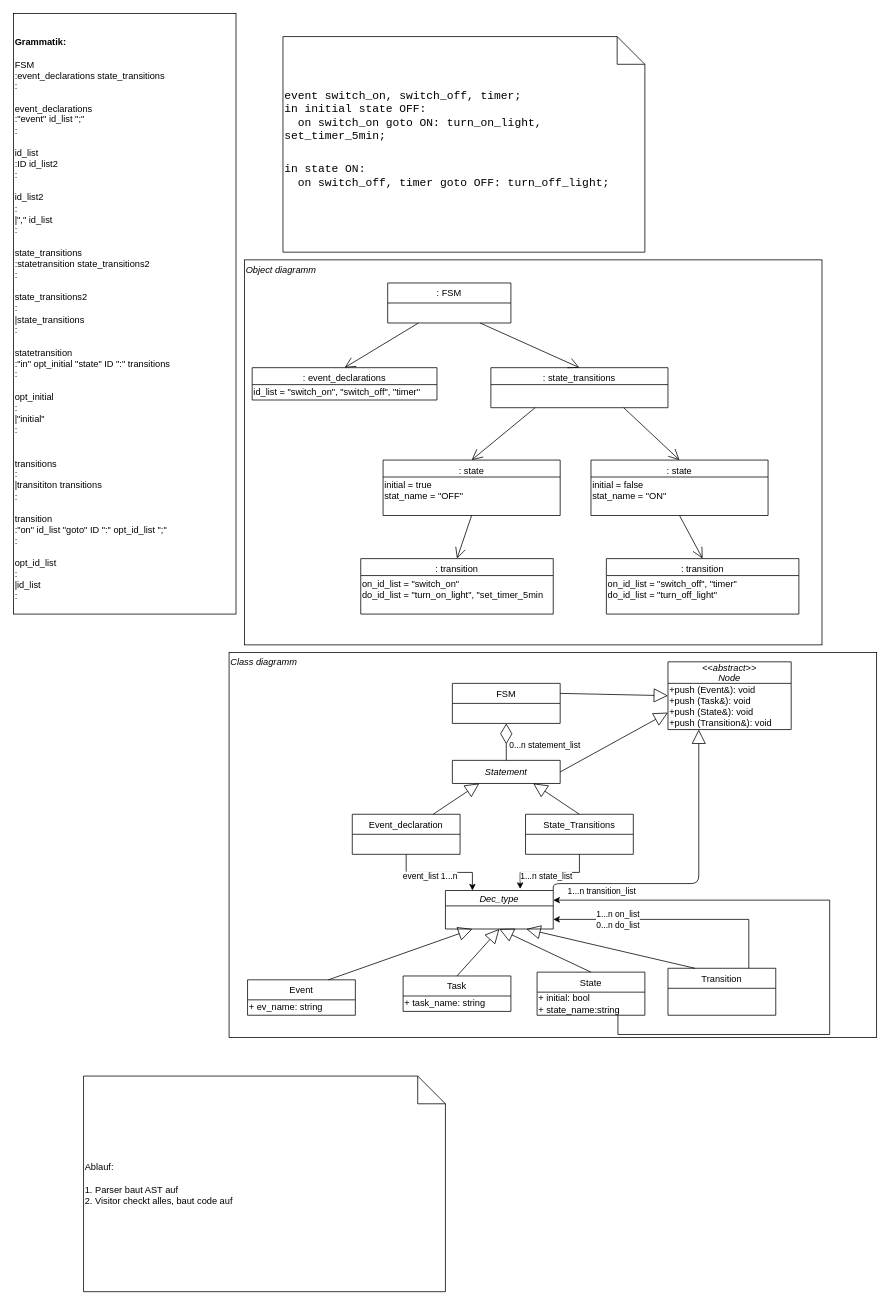
The draw.io diagram ParserAndInterpreter.drawio in LucRome/Automaten, before the edit. Source tidied: cells renumbered, new cells numbered last; positions are measured from the earlier drawing's top-left corner, leaving out a move shared by most shapes. Both pictures are drawn from the tidied source at 77%, with x=0, y=0 at pixel (13, 13).
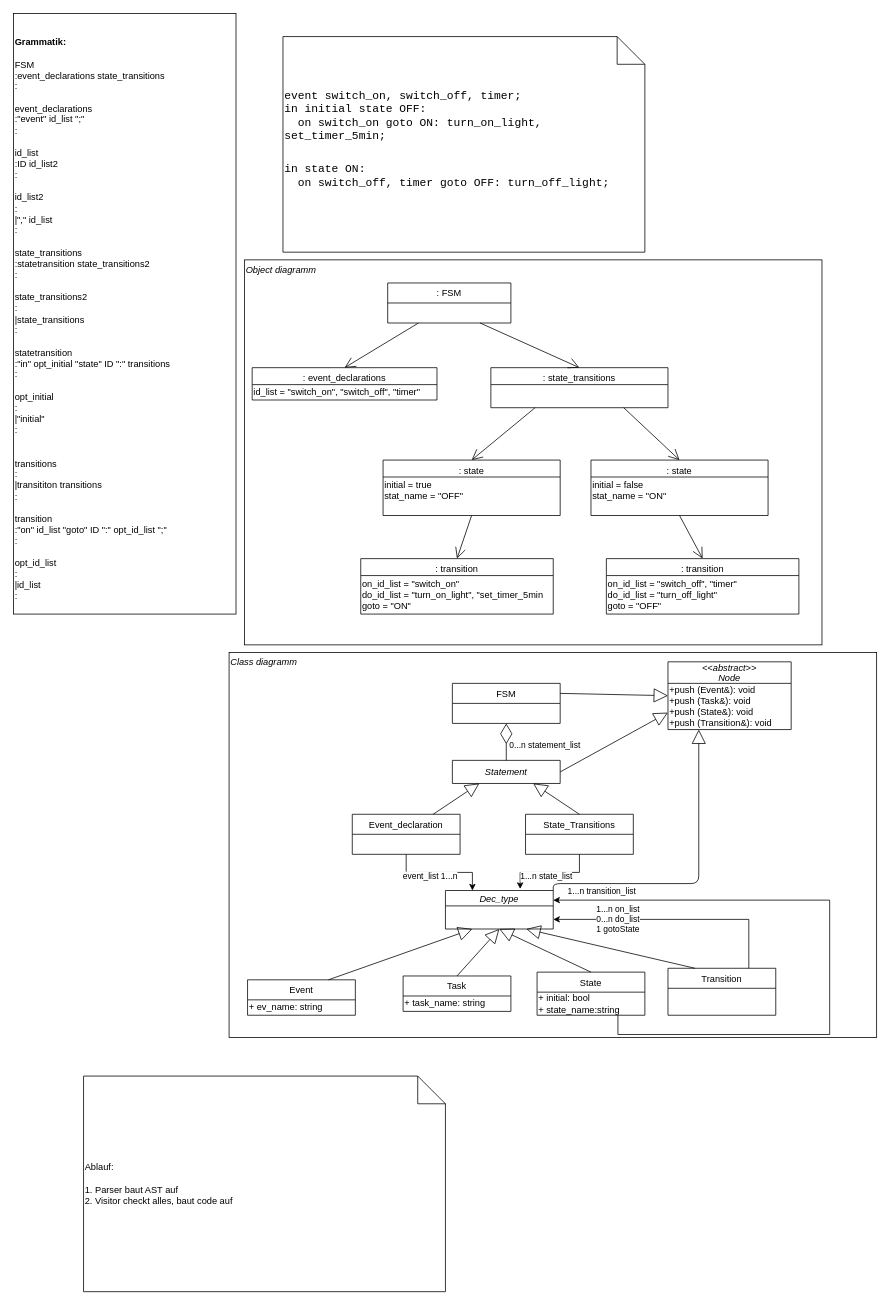
Above is the later version.

Unchanged cells that the change refers to:
```xml
<mxCell id="14" value=": transition" style="swimlane;fontStyle=0;align=center;verticalAlign=top;horizontal=1;startSize=22;" parent="1" vertex="1">
  <mxGeometry x="451" y="708" width="250" height="72" as="geometry" />
</mxCell>
<mxCell id="21" value=": transition" style="swimlane;fontStyle=0;align=center;verticalAlign=top;horizontal=1;startSize=22;" parent="1" vertex="1">
  <mxGeometry x="770" y="708" width="250" height="72" as="geometry" />
</mxCell>
<mxCell id="37" value="Transition" style="swimlane;fontStyle=0;horizontal=1;startSize=26;fillColor=none;" parent="1" vertex="1">
  <mxGeometry x="850" y="1240" width="140" height="61" as="geometry" />
</mxCell>
<mxCell id="41" value="Dec_type" style="swimlane;fontStyle=2;horizontal=1;startSize=20;fillColor=none;" parent="1" vertex="1">
  <mxGeometry x="561" y="1139" width="140" height="50" as="geometry" />
</mxCell>
```

Diff of the diagram source:
```diff
@@
-    <mxCell id="15" value="&lt;div&gt;on_id_list = &quot;switch_on&quot;&lt;/div&gt;&lt;div&gt;do_id_list = &quot;turn_on_light&quot;, &quot;set_timer_5min&lt;br&gt;&lt;/div&gt;&lt;div&gt;&lt;br&gt;&lt;/div&gt;" style="text;html=1;align=left;verticalAlign=middle;" parent="14" vertex="1">
+    <mxCell id="15" value="&lt;div&gt;on_id_list = &quot;switch_on&quot;&lt;/div&gt;&lt;div&gt;do_id_list = &quot;turn_on_light&quot;, &quot;set_timer_5min&lt;br&gt;&lt;/div&gt;&lt;div&gt;goto = &quot;ON&quot;&lt;br&gt;&lt;/div&gt;" style="text;html=1;align=left;verticalAlign=middle;" parent="14" vertex="1">
       <mxGeometry y="22" width="250" height="50" as="geometry" />
     </mxCell>
@@
-    <mxCell id="22" value="&lt;div&gt;on_id_list = &quot;switch_off&quot;, &quot;timer&quot;&lt;br&gt;&lt;/div&gt;&lt;div&gt;do_id_list = &quot;turn_off_light&quot;&lt;br&gt;&lt;/div&gt;&lt;div&gt;&lt;br&gt;&lt;/div&gt;" style="text;html=1;align=left;verticalAlign=middle;" parent="21" vertex="1">
+    <mxCell id="22" value="&lt;div&gt;on_id_list = &quot;switch_off&quot;, &quot;timer&quot;&lt;br&gt;&lt;/div&gt;&lt;div&gt;do_id_list = &quot;turn_off_light&quot;&lt;br&gt;&lt;/div&gt;&lt;div&gt;goto = &quot;OFF&quot;&lt;br&gt;&lt;/div&gt;" style="text;html=1;align=left;verticalAlign=middle;" parent="21" vertex="1">
       <mxGeometry y="22" width="250" height="50" as="geometry" />
     </mxCell>
@@
-    <mxCell id="36" value="&lt;div&gt;1...n on_list&lt;/div&gt;0...n do_list" style="edgeStyle=orthogonalEdgeStyle;rounded=0;jettySize=auto;html=1;exitX=0.75;exitY=0;exitDx=0;exitDy=0;entryX=1;entryY=0.75;entryDx=0;entryDy=0;" parent="1" edge="1" source="37" target="41">
+    <mxCell id="36" value="&lt;div&gt;1...n on_list&lt;/div&gt;&lt;div&gt;0...n do_list&lt;/div&gt;1 gotoState" style="edgeStyle=orthogonalEdgeStyle;rounded=0;jettySize=auto;html=1;exitX=0.75;exitY=0;exitDx=0;exitDy=0;entryX=1;entryY=0.75;entryDx=0;entryDy=0;" parent="1" edge="1" source="37" target="41">
       <mxGeometry x="0.51" y="-5" relative="1" as="geometry">
         <mxPoint x="6" y="5" as="offset" />
       </mxGeometry>
     </mxCell>
```
